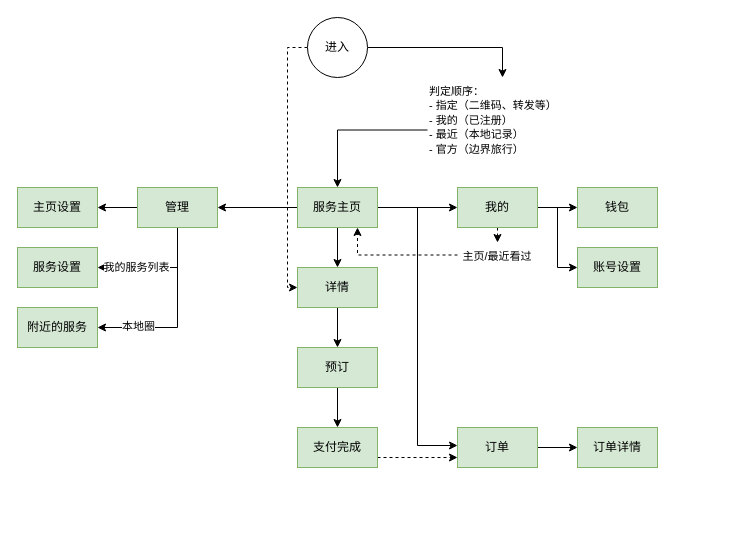
Earlier version of the draw.io diagram bluedge.drawio (sunkeyfong/flowcharts). Source tidied: cells renumbered, new cells numbered last; positions are measured from the earlier drawing's top-left corner, leaving out a move shared by most shapes. Both pictures are drawn from the tidied source at 100%, with x=0, y=0 at pixel (17, 17).
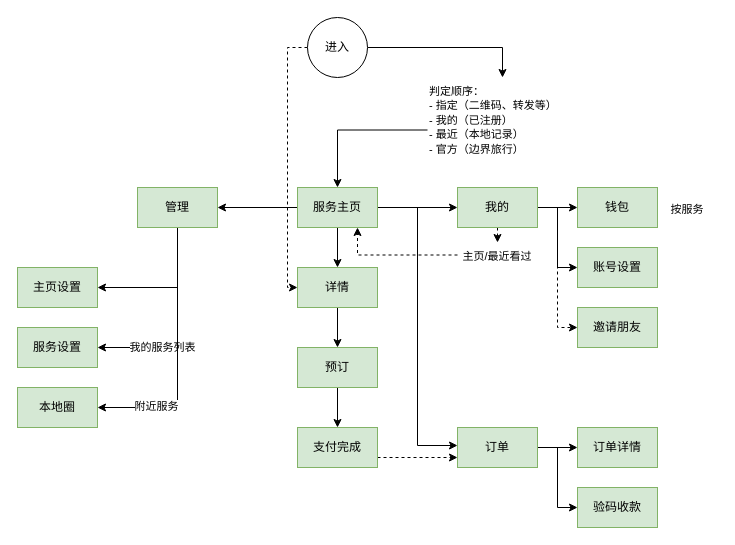
Above is the later version.

Unchanged cells that the change refers to:
```xml
<mxCell id="17" value="我的" style="rounded=0;whiteSpace=wrap;html=1;fillColor=#d5e8d4;strokeColor=#82b366;" parent="1" vertex="1">
  <mxGeometry x="440" y="170" width="80" height="40" as="geometry" />
</mxCell>
<mxCell id="19" value="订单" style="rounded=0;whiteSpace=wrap;html=1;fillColor=#d5e8d4;strokeColor=#82b366;" parent="1" vertex="1">
  <mxGeometry x="440" y="410" width="80" height="40" as="geometry" />
</mxCell>
<mxCell id="28" style="edgeStyle=orthogonalEdgeStyle;rounded=0;jettySize=auto;html=1;exitX=0.5;exitY=1;exitDx=0;exitDy=0;entryX=1;entryY=0.5;entryDx=0;entryDy=0;startArrow=none;startFill=0;" parent="1" edge="1" source="30" target="37">
  <mxGeometry relative="1" as="geometry" />
</mxCell>
<mxCell id="30" value="管理" style="rounded=0;whiteSpace=wrap;html=1;fillColor=#d5e8d4;strokeColor=#82b366;" parent="1" vertex="1">
  <mxGeometry x="120" y="170" width="80" height="40" as="geometry" />
</mxCell>
```

The edit, as a diff of the source:
```diff
@@
+    <mxCell id="38" style="edgeStyle=orthogonalEdgeStyle;rounded=0;jettySize=auto;html=1;exitX=1;exitY=0.5;exitDx=0;exitDy=0;entryX=0;entryY=0.5;entryDx=0;entryDy=0;startArrow=none;startFill=0;dashed=1;" parent="1" edge="1" source="17" target="40">
+      <mxGeometry relative="1" as="geometry" />
+    </mxCell>
@@
+    <mxCell id="39" style="edgeStyle=orthogonalEdgeStyle;rounded=0;jettySize=auto;html=1;exitX=1;exitY=0.5;exitDx=0;exitDy=0;entryX=0;entryY=0.5;entryDx=0;entryDy=0;startArrow=none;startFill=0;" parent="1" edge="1" source="19" target="42">
+      <mxGeometry relative="1" as="geometry" />
+    </mxCell>
@@
-    <mxCell id="25" style="edgeStyle=orthogonalEdgeStyle;rounded=0;jettySize=auto;html=1;startArrow=none;startFill=0;" parent="1" edge="1" source="30" target="36">
+    <mxCell id="25" style="edgeStyle=orthogonalEdgeStyle;rounded=0;jettySize=auto;html=1;startArrow=none;startFill=0;entryX=1;entryY=0.5;entryDx=0;entryDy=0;exitX=0.5;exitY=1;exitDx=0;exitDy=0;" parent="1" edge="1" source="30" target="36">
       <mxGeometry relative="1" as="geometry" />
     </mxCell>
@@
-    <mxCell id="29" value="本地圈" style="edgeLabel;html=1;align=center;verticalAlign=middle;" parent="28" vertex="1">
+    <mxCell id="29" value="附近服务" style="edgeLabel;html=1;align=center;verticalAlign=middle;" parent="28" vertex="1">
       <mxGeometry x="0.55" y="-2" relative="1" as="geometry" />
     </mxCell>
@@
     <mxCell id="31" value="服务设置" style="rounded=0;whiteSpace=wrap;html=1;fillColor=#d5e8d4;strokeColor=#82b366;" parent="1" vertex="1">
-      <mxGeometry y="230" width="80" height="40" as="geometry" />
+      <mxGeometry y="310" width="80" height="40" as="geometry" />
     </mxCell>
@@
     <mxCell id="36" value="主页设置" style="rounded=0;whiteSpace=wrap;html=1;fillColor=#d5e8d4;strokeColor=#82b366;" parent="1" vertex="1">
-      <mxGeometry y="170" width="80" height="40" as="geometry" />
+      <mxGeometry y="250" width="80" height="40" as="geometry" />
     </mxCell>
-    <mxCell id="37" value="附近的服务" style="rounded=0;whiteSpace=wrap;html=1;fillColor=#d5e8d4;strokeColor=#82b366;" parent="1" vertex="1">
-      <mxGeometry y="290" width="80" height="40" as="geometry" />
+    <mxCell id="37" value="本地圈" style="rounded=0;whiteSpace=wrap;html=1;fillColor=#d5e8d4;strokeColor=#82b366;" parent="1" vertex="1">
+      <mxGeometry y="370" width="80" height="40" as="geometry" />
     </mxCell>
+    <mxCell id="40" value="邀请朋友" style="rounded=0;whiteSpace=wrap;html=1;fillColor=#d5e8d4;strokeColor=#82b366;" parent="1" vertex="1">
+      <mxGeometry x="560" y="290" width="80" height="40" as="geometry" />
+    </mxCell>
+    <mxCell id="41" value="&lt;font face=&quot;helvetica&quot;&gt;&lt;span style=&quot;font-size: 11px ; background-color: rgb(255 , 255 , 255)&quot;&gt;按服务&lt;/span&gt;&lt;/font&gt;" style="text;whiteSpace=wrap;html=1;align=center;" parent="1" vertex="1">
+      <mxGeometry x="640" y="177.5" width="60" height="25" as="geometry" />
+    </mxCell>
+    <mxCell id="42" value="验码收款" style="rounded=0;whiteSpace=wrap;html=1;fillColor=#d5e8d4;strokeColor=#82b366;" parent="1" vertex="1">
+      <mxGeometry x="560" y="470" width="80" height="40" as="geometry" />
+    </mxCell>
```
